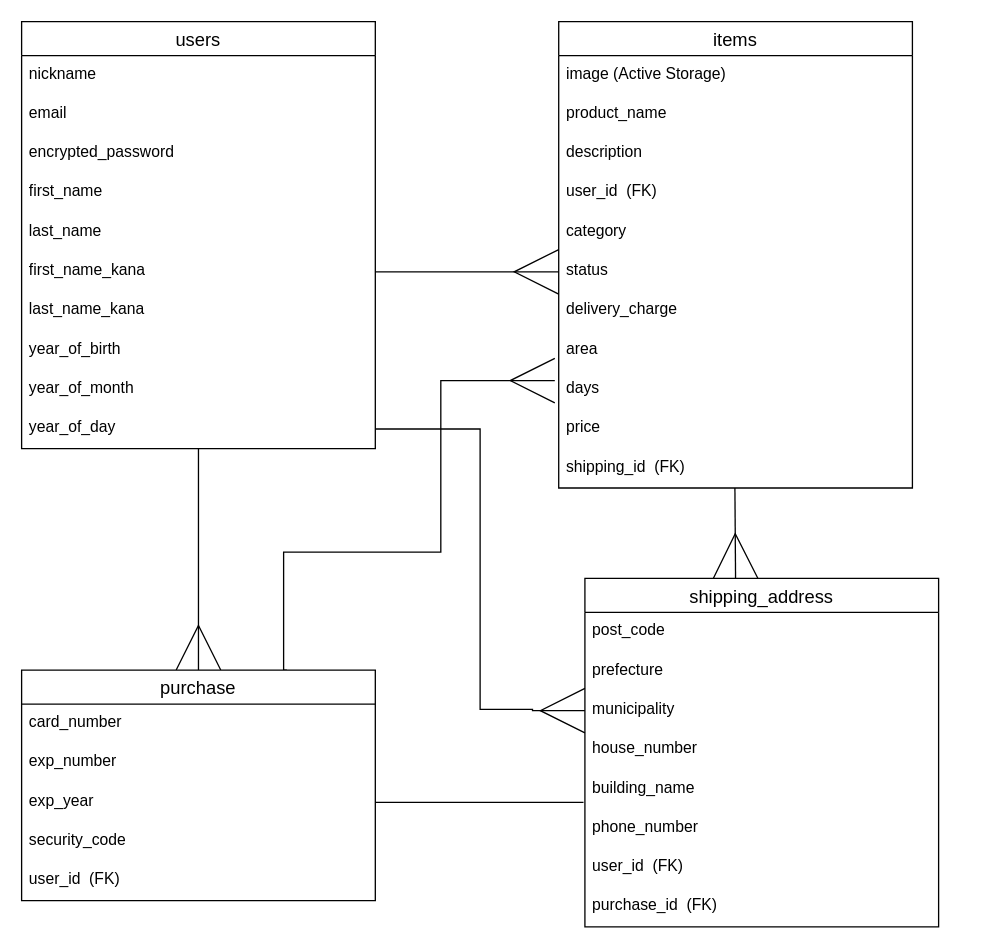
ttaroo1217/furima-31174 keeps this draw.io diagram as furima-31174.dio. Above is the earlier version. Source tidied: cells renumbered, new cells numbered last; positions are measured from the earlier drawing's top-left corner, leaving out a move shared by most shapes. Both pictures are drawn from the tidied source at 131%, with x=0, y=0 at pixel (21, 21).
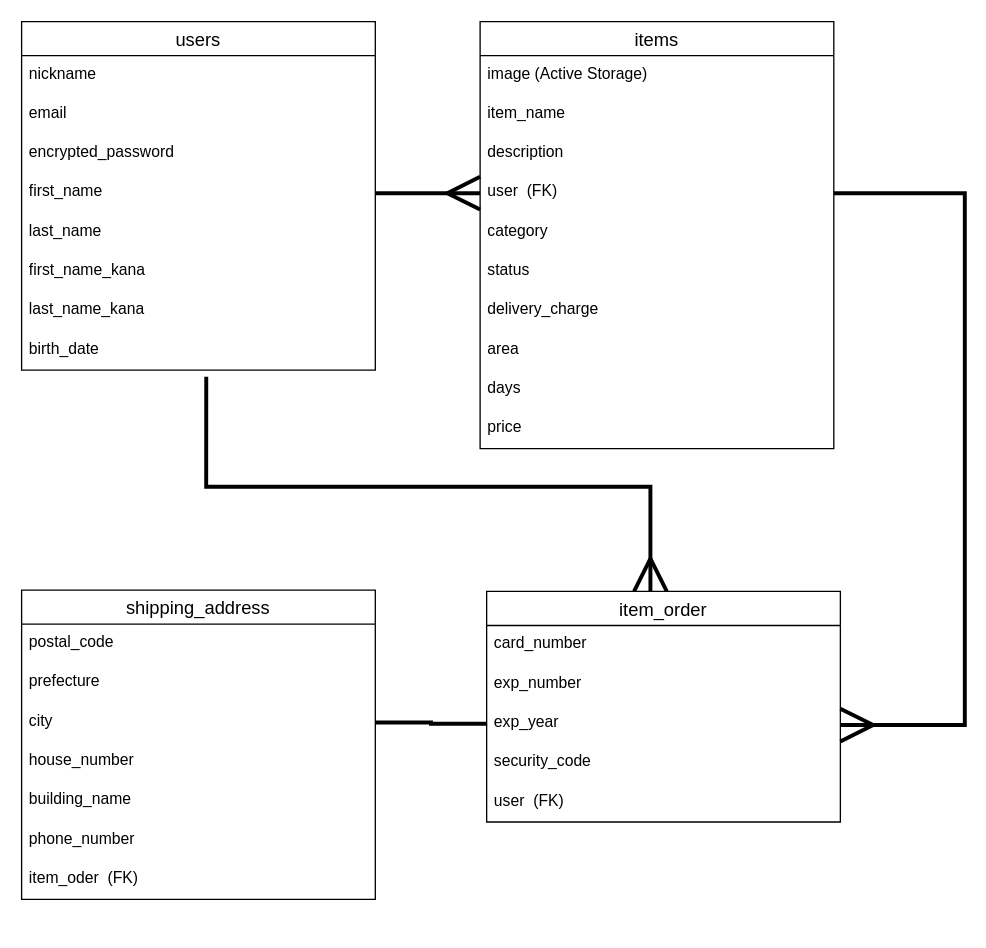
After the change.

Commit message (it also covers changes not shown here):
データベース設計_修正1

The change refers to these unchanged cells:
```xml
<mxCell id="7" value="first_name" style="text;strokeColor=none;fillColor=none;spacingLeft=4;spacingRight=4;overflow=hidden;points=[[0,0.5],[1,0.5]];portConstraint=eastwest;fontSize=12;" parent="3" vertex="1">
  <mxGeometry y="116" width="270" height="30" as="geometry" />
</mxCell>
<mxCell id="9" value="first_name_kana" style="text;strokeColor=none;fillColor=none;spacingLeft=4;spacingRight=4;overflow=hidden;points=[[0,0.5],[1,0.5]];portConstraint=eastwest;fontSize=12;" parent="3" vertex="1">
  <mxGeometry y="176" width="270" height="30" as="geometry" />
</mxCell>
<mxCell id="20" value="status" style="text;strokeColor=none;fillColor=none;spacingLeft=4;spacingRight=4;overflow=hidden;points=[[0,0.5],[1,0.5]];portConstraint=eastwest;fontSize=12;" parent="14" vertex="1">
  <mxGeometry y="176" width="270" height="30" as="geometry" />
</mxCell>
<mxCell id="23" value="days" style="text;strokeColor=none;fillColor=none;spacingLeft=4;spacingRight=4;overflow=hidden;points=[[0,0.5],[1,0.5]];portConstraint=eastwest;fontSize=12;" parent="14" vertex="1">
  <mxGeometry y="266" width="270" height="30" as="geometry" />
</mxCell>
<mxCell id="33" value="building_name" style="text;strokeColor=none;fillColor=none;spacingLeft=4;spacingRight=4;overflow=hidden;points=[[0,0.5],[1,0.5]];portConstraint=eastwest;fontSize=12;" parent="28" vertex="1">
  <mxGeometry y="146" width="270" height="30" as="geometry" />
</mxCell>
```

What changed in the source:
```diff
@@
-    <mxCell id="2" style="edgeStyle=orthogonalEdgeStyle;rounded=0;jettySize=auto;html=1;entryX=0.5;entryY=0;entryDx=0;entryDy=0;endArrow=ERmany;endFill=0;endSize=32;" parent="1" edge="1" source="3" target="38">
-      <mxGeometry relative="1" as="geometry" />
-    </mxCell>
     <mxCell id="3" value="users" style="swimlane;fontStyle=0;horizontal=1;startSize=26;align=center;fontSize=14;" parent="1" vertex="1">
-      <mxGeometry width="270" height="326" as="geometry" />
+      <mxGeometry width="270" height="266" as="geometry" />
     </mxCell>
@@
-    <mxCell id="11" value="year_of_birth" style="text;strokeColor=none;fillColor=none;spacingLeft=4;spacingRight=4;overflow=hidden;fontSize=12;" parent="3" vertex="1">
-      <mxGeometry y="236" width="270" height="30" as="geometry" />
-    </mxCell>
-    <mxCell id="12" value="year_of_month" style="text;strokeColor=none;fillColor=none;spacingLeft=4;spacingRight=4;overflow=hidden;fontSize=12;" parent="3" vertex="1">
-      <mxGeometry y="266" width="270" height="30" as="geometry" />
-    </mxCell>
-    <mxCell id="13" value="year_of_day" style="text;strokeColor=none;fillColor=none;spacingLeft=4;spacingRight=4;overflow=hidden;points=[[0,0.5],[1,0.5]];portConstraint=eastwest;fontSize=12;" parent="3" vertex="1">
-      <mxGeometry y="296" width="270" height="30" as="geometry" />
+    <mxCell id="13" value="birth_date" style="text;strokeColor=none;fillColor=none;spacingLeft=4;spacingRight=4;overflow=hidden;points=[[0,0.5],[1,0.5]];portConstraint=eastwest;fontSize=12;" parent="3" vertex="1">
+      <mxGeometry y="236" width="270" height="30" as="geometry" />
     </mxCell>
+    <mxCell id="46" style="edgeStyle=orthogonalEdgeStyle;rounded=0;jettySize=auto;html=1;endArrow=ERmany;endFill=0;strokeWidth=3;endSize=21;" parent="1" edge="1" source="7" target="18">
+      <mxGeometry relative="1" as="geometry" />
+    </mxCell>
     <mxCell id="14" value="items" style="swimlane;fontStyle=0;horizontal=1;startSize=26;align=center;fontSize=14;" parent="1" vertex="1">
-      <mxGeometry x="410" width="270" height="356" as="geometry" />
+      <mxGeometry x="350" width="270" height="326" as="geometry" />
     </mxCell>
@@
-    <mxCell id="16" value="product_name" style="text;strokeColor=none;fillColor=none;spacingLeft=4;spacingRight=4;overflow=hidden;fontSize=12;" parent="14" vertex="1">
+    <mxCell id="16" value="item_name" style="text;strokeColor=none;fillColor=none;spacingLeft=4;spacingRight=4;overflow=hidden;fontSize=12;" parent="14" vertex="1">
       <mxGeometry y="56" width="270" height="30" as="geometry" />
     </mxCell>
@@
-    <mxCell id="18" value="user_id  (FK)" style="text;strokeColor=none;fillColor=none;spacingLeft=4;spacingRight=4;overflow=hidden;points=[[0,0.5],[1,0.5]];portConstraint=eastwest;fontSize=12;" parent="14" vertex="1">
+    <mxCell id="18" value="user  (FK)" style="text;strokeColor=none;fillColor=none;spacingLeft=4;spacingRight=4;overflow=hidden;points=[[0,0.5],[1,0.5]];portConstraint=eastwest;fontSize=12;" parent="14" vertex="1">
       <mxGeometry y="116" width="270" height="30" as="geometry" />
     </mxCell>
@@
-    <mxCell id="25" value="shipping_id  (FK)" style="text;strokeColor=none;fillColor=none;spacingLeft=4;spacingRight=4;overflow=hidden;fontSize=12;" parent="14" vertex="1">
-      <mxGeometry y="326" width="270" height="30" as="geometry" />
-    </mxCell>
-    <mxCell id="26" style="edgeStyle=orthogonalEdgeStyle;rounded=0;jettySize=auto;html=1;entryX=0;entryY=0.5;entryDx=0;entryDy=0;endArrow=ERmany;endFill=0;endSize=32;" parent="1" edge="1" source="9" target="20">
-      <mxGeometry relative="1" as="geometry" />
-    </mxCell>
-    <mxCell id="27" style="edgeStyle=orthogonalEdgeStyle;rounded=0;jettySize=auto;html=1;endArrow=ERmany;endFill=0;endSize=32;" parent="1" edge="1" source="13" target="31">
-      <mxGeometry relative="1" as="geometry">
-        <Array as="points">
-          <mxPoint x="350" y="311" />
-          <mxPoint x="350" y="525" />
-          <mxPoint x="390" y="525" />
-          <mxPoint x="390" y="526" />
-        </Array>
-      </mxGeometry>
-    </mxCell>
+    <mxCell id="47" style="edgeStyle=orthogonalEdgeStyle;rounded=0;jettySize=auto;html=1;endArrow=ERmany;endFill=0;endSize=21;strokeWidth=3;" parent="1" edge="1" source="18">
+      <mxGeometry relative="1" as="geometry">
+        <mxPoint x="625" y="537" as="targetPoint" />
+        <Array as="points">
+          <mxPoint x="720" y="131" />
+          <mxPoint x="720" y="537" />
+        </Array>
+      </mxGeometry>
+    </mxCell>
+    <mxCell id="38" value="item_order" style="swimlane;fontStyle=0;horizontal=1;startSize=26;align=center;fontSize=14;" parent="1" vertex="1">
+      <mxGeometry x="355" y="435" width="270" height="176" as="geometry" />
+    </mxCell>
+    <mxCell id="39" value="card_number" style="text;strokeColor=none;fillColor=none;spacingLeft=4;spacingRight=4;overflow=hidden;fontSize=12;" parent="38" vertex="1">
+      <mxGeometry y="26" width="270" height="30" as="geometry" />
+    </mxCell>
+    <mxCell id="40" value="exp_number" style="text;strokeColor=none;fillColor=none;spacingLeft=4;spacingRight=4;overflow=hidden;fontSize=12;" parent="38" vertex="1">
+      <mxGeometry y="56" width="270" height="30" as="geometry" />
+    </mxCell>
+    <mxCell id="41" value="exp_year" style="text;strokeColor=none;fillColor=none;spacingLeft=4;spacingRight=4;overflow=hidden;points=[[0,0.5],[1,0.5]];portConstraint=eastwest;fontSize=12;" parent="38" vertex="1">
+      <mxGeometry y="86" width="270" height="30" as="geometry" />
+    </mxCell>
+    <mxCell id="42" value="security_code" style="text;strokeColor=none;fillColor=none;spacingLeft=4;spacingRight=4;overflow=hidden;fontSize=12;" parent="38" vertex="1">
+      <mxGeometry y="116" width="270" height="30" as="geometry" />
+    </mxCell>
+    <mxCell id="43" value="user  (FK)" style="text;strokeColor=none;fillColor=none;spacingLeft=4;spacingRight=4;overflow=hidden;fontSize=12;" parent="38" vertex="1">
+      <mxGeometry y="146" width="270" height="30" as="geometry" />
+    </mxCell>
+    <mxCell id="48" style="edgeStyle=orthogonalEdgeStyle;rounded=0;jettySize=auto;html=1;endArrow=ERmany;endFill=0;endSize=21;strokeWidth=3;exitX=0.522;exitY=1.167;exitDx=0;exitDy=0;exitPerimeter=0;" parent="1" edge="1" source="13">
+      <mxGeometry relative="1" as="geometry">
+        <mxPoint x="480" y="435" as="targetPoint" />
+        <Array as="points">
+          <mxPoint x="141" y="355" />
+          <mxPoint x="480" y="355" />
+          <mxPoint x="480" y="425" />
+        </Array>
+      </mxGeometry>
+    </mxCell>
     <mxCell id="28" value="shipping_address" style="swimlane;fontStyle=0;horizontal=1;startSize=26;align=center;fontSize=14;" parent="1" vertex="1">
-      <mxGeometry x="430" y="425" width="270" height="266" as="geometry" />
+      <mxGeometry y="434" width="270" height="236" as="geometry" />
     </mxCell>
-    <mxCell id="29" value="post_code" style="text;strokeColor=none;fillColor=none;spacingLeft=4;spacingRight=4;overflow=hidden;fontSize=12;" parent="28" vertex="1">
+    <mxCell id="29" value="postal_code" style="text;strokeColor=none;fillColor=none;spacingLeft=4;spacingRight=4;overflow=hidden;fontSize=12;" parent="28" vertex="1">
       <mxGeometry y="26" width="270" height="30" as="geometry" />
     </mxCell>
@@
-    <mxCell id="31" value="municipality" style="text;strokeColor=none;fillColor=none;spacingLeft=4;spacingRight=4;overflow=hidden;points=[[0,0.5],[1,0.5]];portConstraint=eastwest;fontSize=12;" parent="28" vertex="1">
+    <mxCell id="31" value="city" style="text;strokeColor=none;fillColor=none;spacingLeft=4;spacingRight=4;overflow=hidden;points=[[0,0.5],[1,0.5]];portConstraint=eastwest;fontSize=12;" parent="28" vertex="1">
       <mxGeometry y="86" width="270" height="30" as="geometry" />
     </mxCell>
@@
-    <mxCell id="35" value="user_id  (FK)" style="text;strokeColor=none;fillColor=none;spacingLeft=4;spacingRight=4;overflow=hidden;fontSize=12;" parent="28" vertex="1">
-      <mxGeometry y="206" width="270" height="30" as="geometry" />
-    </mxCell>
-    <mxCell id="36" value="purchase_id  (FK)" style="text;strokeColor=none;fillColor=none;spacingLeft=4;spacingRight=4;overflow=hidden;fontSize=12;" parent="28" vertex="1">
-      <mxGeometry y="236" width="270" height="30" as="geometry" />
+    <mxCell id="36" value="item_oder  (FK)" style="text;strokeColor=none;fillColor=none;spacingLeft=4;spacingRight=4;overflow=hidden;fontSize=12;" parent="28" vertex="1">
+      <mxGeometry y="206" width="270" height="30" as="geometry" />
     </mxCell>
-    <mxCell id="37" style="edgeStyle=orthogonalEdgeStyle;rounded=0;jettySize=auto;html=1;exitX=0.75;exitY=0;exitDx=0;exitDy=0;endArrow=ERmany;endFill=0;endSize=32;entryX=-0.011;entryY=0.267;entryDx=0;entryDy=0;entryPerimeter=0;" parent="1" edge="1" source="38" target="23">
-      <mxGeometry relative="1" as="geometry">
-        <Array as="points">
-          <mxPoint x="200" y="495" />
-          <mxPoint x="200" y="405" />
-          <mxPoint x="320" y="405" />
-          <mxPoint x="320" y="274" />
-        </Array>
-      </mxGeometry>
-    </mxCell>
-    <mxCell id="38" value="purchase" style="swimlane;fontStyle=0;horizontal=1;startSize=26;align=center;fontSize=14;" parent="1" vertex="1">
-      <mxGeometry y="495" width="270" height="176" as="geometry" />
-    </mxCell>
-    <mxCell id="39" value="card_number" style="text;strokeColor=none;fillColor=none;spacingLeft=4;spacingRight=4;overflow=hidden;fontSize=12;" parent="38" vertex="1">
-      <mxGeometry y="26" width="270" height="30" as="geometry" />
-    </mxCell>
-    <mxCell id="40" value="exp_number" style="text;strokeColor=none;fillColor=none;spacingLeft=4;spacingRight=4;overflow=hidden;fontSize=12;" parent="38" vertex="1">
-      <mxGeometry y="56" width="270" height="30" as="geometry" />
-    </mxCell>
-    <mxCell id="41" value="exp_year" style="text;strokeColor=none;fillColor=none;spacingLeft=4;spacingRight=4;overflow=hidden;points=[[0,0.5],[1,0.5]];portConstraint=eastwest;fontSize=12;" parent="38" vertex="1">
-      <mxGeometry y="86" width="270" height="30" as="geometry" />
-    </mxCell>
-    <mxCell id="42" value="security_code" style="text;strokeColor=none;fillColor=none;spacingLeft=4;spacingRight=4;overflow=hidden;fontSize=12;" parent="38" vertex="1">
-      <mxGeometry y="116" width="270" height="30" as="geometry" />
-    </mxCell>
-    <mxCell id="43" value="user_id  (FK)" style="text;strokeColor=none;fillColor=none;spacingLeft=4;spacingRight=4;overflow=hidden;fontSize=12;" parent="38" vertex="1">
-      <mxGeometry y="146" width="270" height="30" as="geometry" />
-    </mxCell>
-    <mxCell id="44" style="edgeStyle=orthogonalEdgeStyle;rounded=0;orthogonalLoop=1;jettySize=auto;html=1;endArrow=ERmany;endFill=0;endSize=32;" parent="1" edge="1">
-      <mxGeometry relative="1" as="geometry">
-        <mxPoint x="544.5" y="356" as="sourcePoint" />
-        <mxPoint x="545" y="425" as="targetPoint" />
-      </mxGeometry>
-    </mxCell>
-    <mxCell id="45" style="edgeStyle=orthogonalEdgeStyle;rounded=0;jettySize=auto;html=1;entryX=-0.004;entryY=0.833;entryDx=0;entryDy=0;entryPerimeter=0;endArrow=none;endFill=0;endSize=32;" parent="1" edge="1" source="41" target="33">
-      <mxGeometry relative="1" as="geometry" />
-    </mxCell>
+    <mxCell id="49" style="edgeStyle=orthogonalEdgeStyle;rounded=0;jettySize=auto;html=1;entryX=0;entryY=0.5;entryDx=0;entryDy=0;endArrow=none;endFill=0;endSize=21;strokeWidth=3;" parent="1" edge="1" source="31" target="41">
+      <mxGeometry relative="1" as="geometry" />
+    </mxCell>
```
